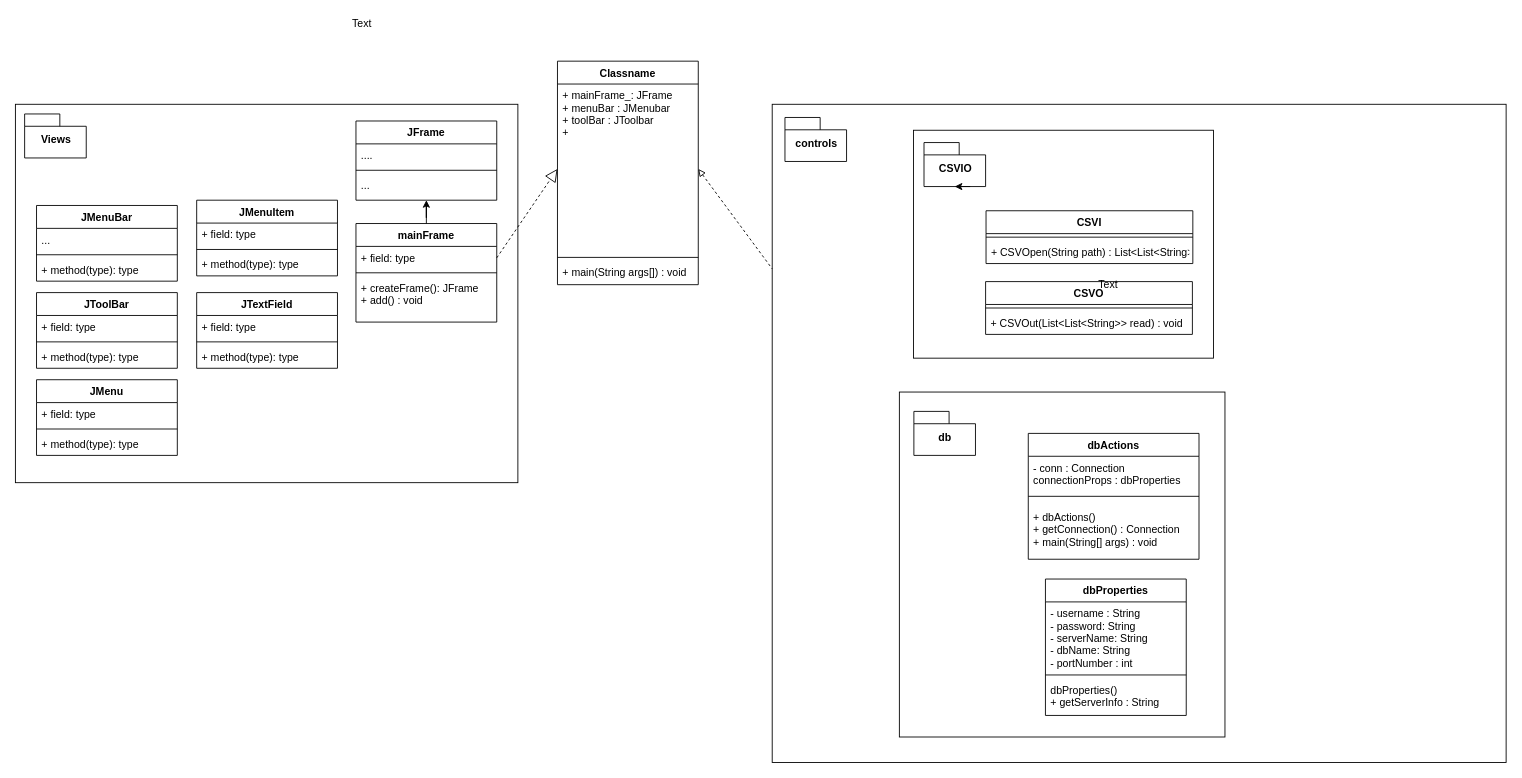
Above: Untitled Diagram.drawio in Keinahas/Air-Pollution-Control-Program (draw.io), before the change. Source tidied: cells renumbered, new cells numbered last; positions are measured from the earlier drawing's top-left corner, leaving out a move shared by most shapes. Both pictures are drawn from the tidied source at 88%, with x=0, y=0 at pixel (15, 15).
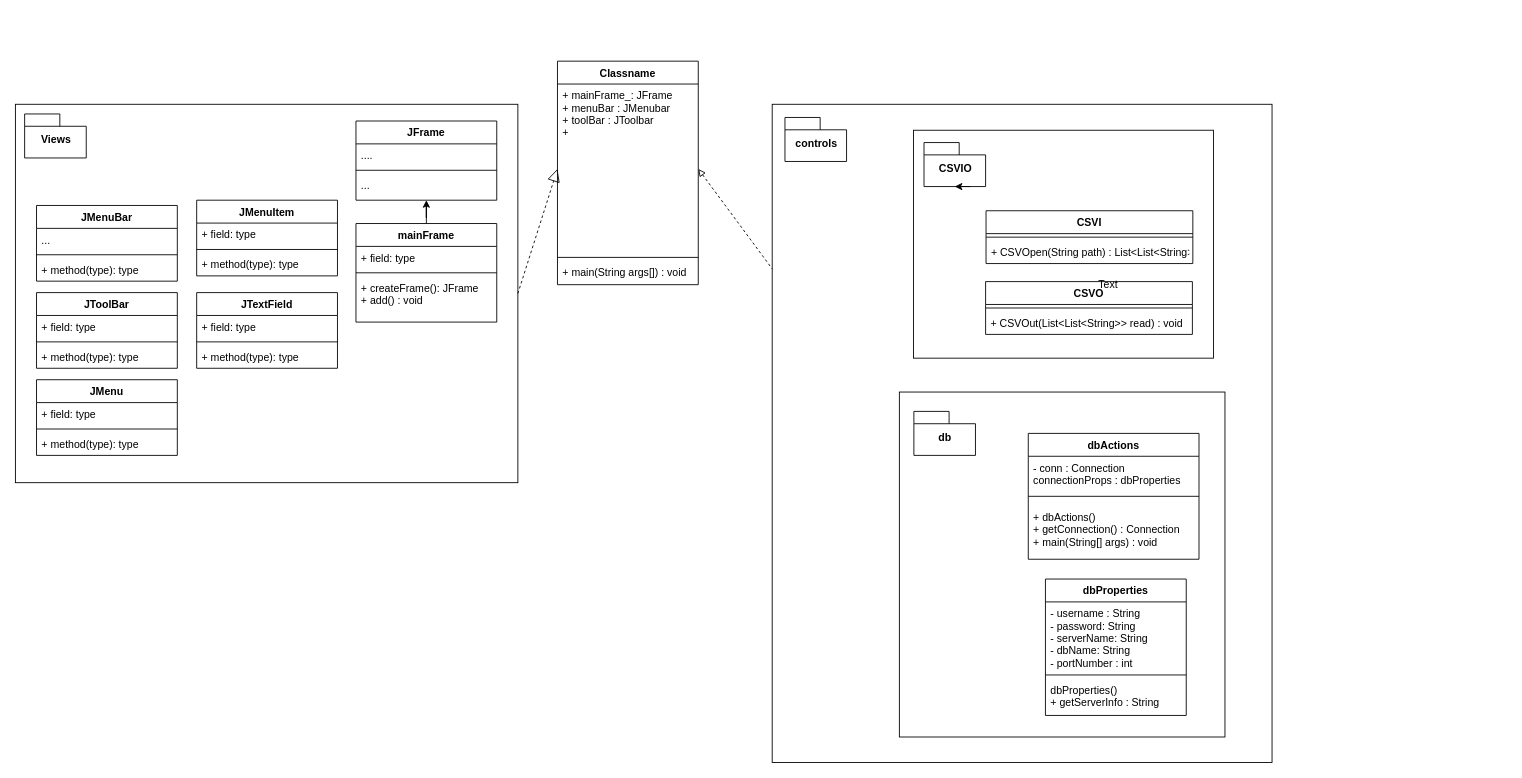
The same diagram, later.

The change refers to these unchanged cells:
```xml
<mxCell id="3" style="rounded=0;whiteSpace=wrap;html=1;" parent="2" vertex="1">
  <mxGeometry width="571" height="430" as="geometry" />
</mxCell>
<mxCell id="6" value="+ field: type" style="text;strokeColor=none;fillColor=none;align=left;verticalAlign=top;spacingLeft=4;spacingRight=4;overflow=hidden;points=[[0,0.5],[1,0.5]];portConstraint=eastwest;" parent="5" vertex="1">
  <mxGeometry y="26" width="160" height="26" as="geometry" />
</mxCell>
<mxCell id="35" value="+ mainFrame_: JFrame&#10;+ menuBar : JMenubar&#10;+ toolBar : JToolbar&#10;+ " style="text;strokeColor=none;fillColor=none;align=left;verticalAlign=top;spacingLeft=4;spacingRight=4;overflow=hidden;points=[[0,0.5],[1,0.5]];portConstraint=eastwest;" parent="34" vertex="1">
  <mxGeometry y="26" width="160" height="193" as="geometry" />
</mxCell>
```

What changed in the source:
```diff
@@
-    <mxCell id="38" style="endArrow=block;dashed=1;endFill=0;endSize=12;html=1;exitX=1;exitY=0.5;exitDx=0;exitDy=0;entryX=0;entryY=0.5;entryDx=0;entryDy=0;" parent="1" edge="1" source="6" target="35">
+    <mxCell id="38" style="endArrow=block;dashed=1;endFill=0;endSize=12;html=1;exitX=1;exitY=0.5;exitDx=0;exitDy=0;entryX=0;entryY=0.5;entryDx=0;entryDy=0;" parent="1" edge="1" source="3" target="35">
       <mxGeometry relative="1" as="geometry" />
     </mxCell>
     <mxCell id="39" style="rounded=0;whiteSpace=wrap;html=1;" parent="1" vertex="1">
-      <mxGeometry x="860" y="101" width="834" height="748" as="geometry" />
+      <mxGeometry x="860" y="101" width="568" height="748" as="geometry" />
     </mxCell>
@@
-    <mxCell id="64" value="Text" style="text;html=1;align=left;verticalAlign=top;spacingTop=-4;" parent="1" vertex="1">
-      <mxGeometry x="381" width="32" height="14" as="geometry" />
-    </mxCell>
```
